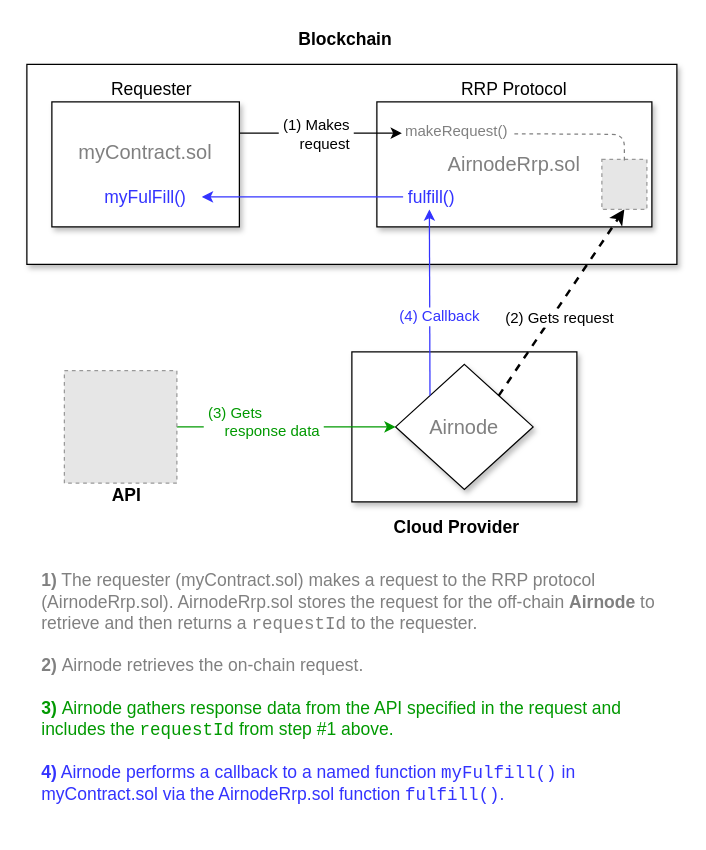
Above: docs/next/assets/diagrams/developer-overview.drawio in api3dao/old-api3-docs (draw.io), before the change. Source tidied: cells renumbered, new cells numbered last; positions are measured from the earlier drawing's top-left corner, leaving out a move shared by most shapes. Both pictures are drawn from the tidied source at 125%, with x=0, y=0 at pixel (26, 26). Pictures stored in the file or linked from it are replaced by grey dashed boxes.
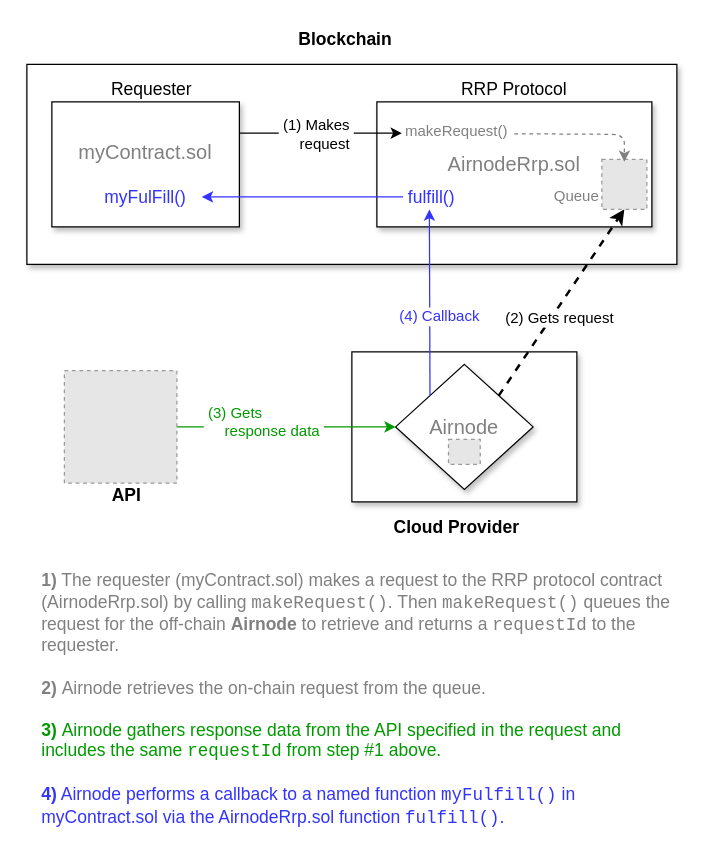
The same page after the edit.

What changed in the source:
```diff
@@
-    <mxCell id="20" value="&lt;font style=&quot;font-size: 14px&quot;&gt;&lt;font style=&quot;font-size: 14px&quot;&gt;&lt;font color=&quot;#808080&quot; style=&quot;font-size: 14px&quot;&gt;&lt;font style=&quot;font-size: 14px&quot;&gt;&lt;b style=&quot;font-size: 14px&quot;&gt;1)&lt;/b&gt; The requester (myContract.sol) makes a request to the RRP protocol (AirnodeRrp.sol). AirnodeRrp.sol stores the request for the off-chain&amp;nbsp;&lt;b&gt;Airnode&lt;/b&gt; to retrieve and then returns a &lt;font face=&quot;Courier New&quot;&gt;requestId&lt;/font&gt; to the requester.&lt;br style=&quot;font-size: 14px&quot;&gt;&lt;/font&gt;&lt;br style=&quot;font-size: 14px&quot;&gt;&lt;font style=&quot;font-size: 14px&quot;&gt;&lt;b style=&quot;font-size: 14px&quot;&gt;2)&lt;/b&gt;&amp;nbsp;Airnode retrieves the on-chain request.&lt;br style=&quot;font-size: 14px&quot;&gt;&lt;/font&gt;&lt;br style=&quot;font-size: 14px&quot;&gt;&lt;/font&gt;&lt;font style=&quot;font-size: 14px&quot;&gt;&lt;font style=&quot;font-size: 14px&quot; color=&quot;#009900&quot;&gt;&lt;b style=&quot;font-size: 14px&quot;&gt;3)&lt;/b&gt;&amp;nbsp;Airnode gathers response data from the API specified in the request and includes the&amp;nbsp;&lt;font face=&quot;Courier New&quot;&gt;requestId&lt;/font&gt; from step #1 above.&lt;/font&gt;&lt;br style=&quot;font-size: 14px&quot;&gt;&lt;/font&gt;&lt;br style=&quot;font-size: 14px&quot;&gt;&lt;b style=&quot;font-size: 14px&quot;&gt;4)&lt;/b&gt; &lt;/font&gt;&lt;font style=&quot;font-size: 14px&quot;&gt;&lt;font style=&quot;font-size: 14px&quot;&gt;Airnode&amp;nbsp;&lt;/font&gt;&lt;span style=&quot;background-color: rgb(255 , 255 , 255) ; font-size: 14px&quot;&gt;performs a callback to a named function &lt;font face=&quot;Courier New&quot;&gt;my&lt;font style=&quot;font-size: 14px&quot;&gt;Fulfill()&lt;/font&gt;&lt;/font&gt; in myContract.sol via the AirnodeRrp.sol function &lt;font face=&quot;Courier New&quot; style=&quot;font-size: 14px&quot;&gt;fulfill()&lt;/font&gt;.&lt;/span&gt;&lt;/font&gt;&lt;/font&gt;&lt;font style=&quot;font-size: 14px&quot; color=&quot;#000000&quot;&gt;&lt;br style=&quot;font-size: 14px&quot;&gt;&lt;/font&gt;" style="text;html=1;strokeColor=none;fillColor=none;align=left;verticalAlign=top;whiteSpace=wrap;rounded=0;fontSize=14;fontColor=#3333FF;" parent="1" vertex="1">
+    <mxCell id="20" value="&lt;font style=&quot;font-size: 14px&quot;&gt;&lt;font style=&quot;font-size: 14px&quot;&gt;&lt;font color=&quot;#808080&quot; style=&quot;font-size: 14px&quot;&gt;&lt;font style=&quot;font-size: 14px&quot;&gt;&lt;b style=&quot;font-size: 14px&quot;&gt;1)&lt;/b&gt; The requester (myContract.sol) makes a request to the RRP protocol contract&amp;nbsp; (AirnodeRrp.sol) by calling &lt;font face=&quot;Courier New&quot;&gt;makeRequest()&lt;/font&gt;. Then&amp;nbsp;&lt;/font&gt;&lt;/font&gt;&lt;span style=&quot;color: rgb(128 , 128 , 128)&quot;&gt;&lt;font face=&quot;Courier New&quot;&gt;makeRequest()&lt;/font&gt;&lt;/span&gt;&lt;font color=&quot;#808080&quot; style=&quot;font-size: 14px&quot;&gt;&lt;font style=&quot;font-size: 14px&quot;&gt;&amp;nbsp;queues the request for the off-chain&amp;nbsp;&lt;b&gt;Airnode&lt;/b&gt; to retrieve and returns a &lt;font face=&quot;Courier New&quot;&gt;requestId&lt;/font&gt; to the requester.&lt;br style=&quot;font-size: 14px&quot;&gt;&lt;/font&gt;&lt;br style=&quot;font-size: 14px&quot;&gt;&lt;font style=&quot;font-size: 14px&quot;&gt;&lt;b style=&quot;font-size: 14px&quot;&gt;2)&lt;/b&gt;&amp;nbsp;Airnode retrieves the on-chain request from the queue.&lt;br style=&quot;font-size: 14px&quot;&gt;&lt;/font&gt;&lt;br style=&quot;font-size: 14px&quot;&gt;&lt;/font&gt;&lt;font style=&quot;font-size: 14px&quot;&gt;&lt;font style=&quot;font-size: 14px&quot; color=&quot;#009900&quot;&gt;&lt;b style=&quot;font-size: 14px&quot;&gt;3)&lt;/b&gt;&amp;nbsp;Airnode gathers response data from the API specified in the request and includes the same&amp;nbsp;&lt;font face=&quot;Courier New&quot;&gt;requestId&lt;/font&gt; from step #1 above.&lt;/font&gt;&lt;br style=&quot;font-size: 14px&quot;&gt;&lt;/font&gt;&lt;br style=&quot;font-size: 14px&quot;&gt;&lt;b style=&quot;font-size: 14px&quot;&gt;4)&lt;/b&gt; &lt;/font&gt;&lt;font style=&quot;font-size: 14px&quot;&gt;&lt;font style=&quot;font-size: 14px&quot;&gt;Airnode&amp;nbsp;&lt;/font&gt;&lt;span style=&quot;background-color: rgb(255 , 255 , 255) ; font-size: 14px&quot;&gt;performs a callback to a named function &lt;font face=&quot;Courier New&quot;&gt;my&lt;font style=&quot;font-size: 14px&quot;&gt;Fulfill()&lt;/font&gt;&lt;/font&gt; in myContract.sol via the AirnodeRrp.sol function &lt;font face=&quot;Courier New&quot; style=&quot;font-size: 14px&quot;&gt;fulfill()&lt;/font&gt;.&lt;/span&gt;&lt;/font&gt;&lt;/font&gt;&lt;font style=&quot;font-size: 14px&quot; color=&quot;#000000&quot;&gt;&lt;br style=&quot;font-size: 14px&quot;&gt;&lt;/font&gt;" style="text;html=1;strokeColor=none;fillColor=none;align=left;verticalAlign=top;whiteSpace=wrap;rounded=0;fontSize=14;fontColor=#3333FF;" parent="1" vertex="1">
       <mxGeometry x="10" y="428" width="510" height="130" as="geometry" />
     </mxCell>
@@
-    <mxCell id="26" style="endArrow=none;dashed=1;html=1;fontSize=14;entryX=0.5;entryY=0;entryDx=0;entryDy=0;fontColor=#808080;strokeColor=#808080;" parent="1" edge="1">
+    <mxCell id="26" style="endArrow=classic;dashed=1;html=1;fontSize=14;entryX=0.5;entryY=0;entryDx=0;entryDy=0;fontColor=#808080;strokeColor=#808080;endFill=1;" parent="1" edge="1">
       <mxGeometry relative="1" as="geometry">
         <mxPoint x="390" y="85.5" as="sourcePoint" />
         <mxPoint x="478" y="108" as="targetPoint" />
         <Array as="points">
           <mxPoint x="478" y="86" />
         </Array>
       </mxGeometry>
     </mxCell>
@@
+    <mxCell id="29" value="Queue" style="text;html=1;strokeColor=none;fillColor=none;align=center;verticalAlign=middle;whiteSpace=wrap;rounded=0;fontColor=#808080;" parent="1" vertex="1">
+      <mxGeometry x="420" y="126" width="40" height="20" as="geometry" />
+    </mxCell>
+    <mxCell id="30" style="fillColor=#E6E6E6;strokeColor=#999999;dashed=1;verticalLabelPosition=bottom;verticalAlign=top;" parent="1" vertex="1">
+      <mxGeometry x="337.3" y="330" width="25.4" height="20" as="geometry" />
+    </mxCell>
```
